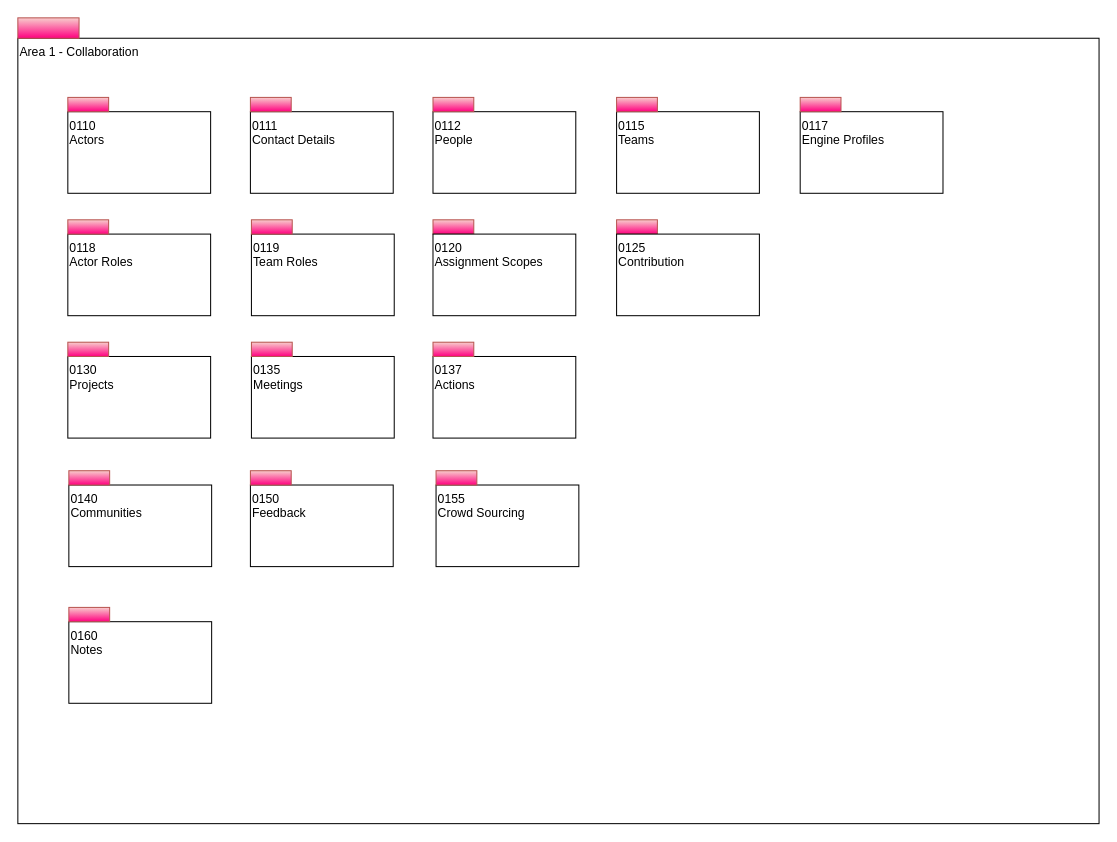
This is page "Overview" (1 of 16) of site/docs/types/1/area-1-collaboration.drawio from odpi/egeria-docs, a draw.io file, before an edit. Source tidied: cells renumbered, new cells numbered last; positions are measured from the earlier drawing's top-left corner, leaving out a move shared by most shapes. Both pictures are drawn from the tidied source at 102%, with x=0, y=0 at pixel (17, 17).
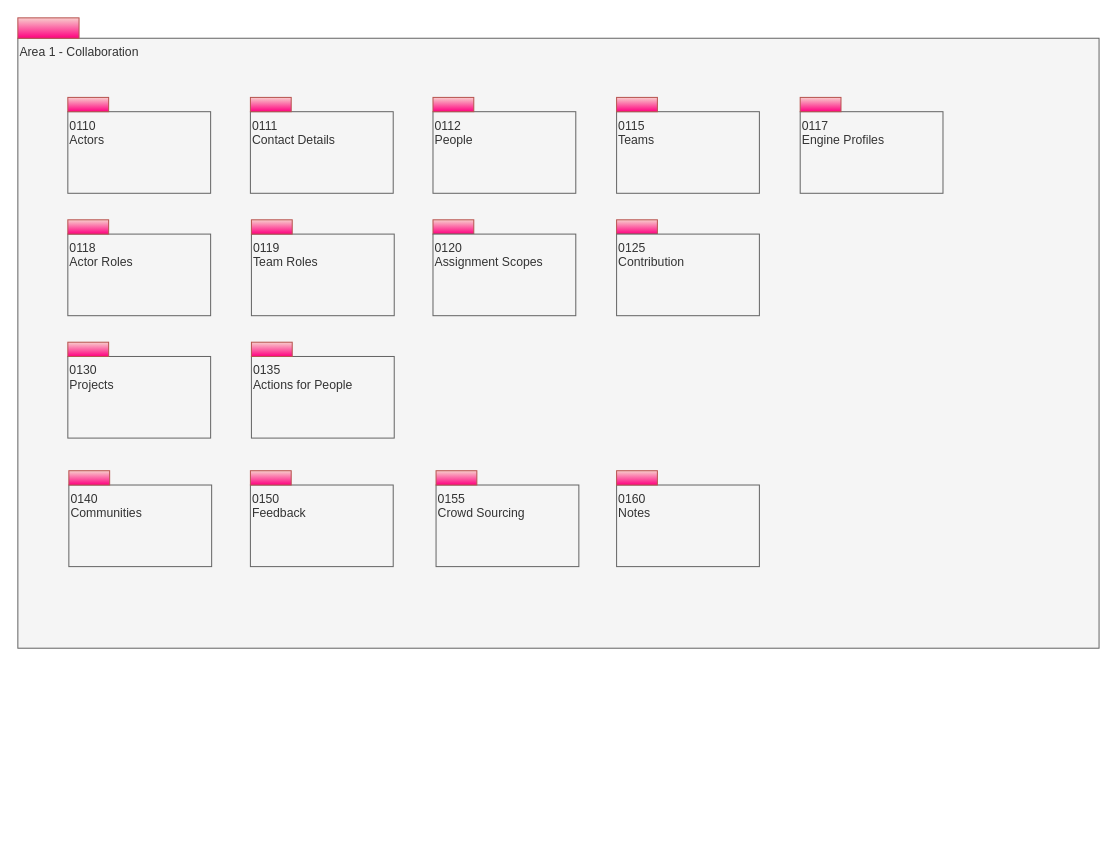
The same page after the edit.

Diff of the diagram source:
```diff
@@
-    <mxCell id="2" value="Area 1 - Collaboration" style="rounded=0;whiteSpace=wrap;html=1;align=left;verticalAlign=top;" parent="1" vertex="1">
-      <mxGeometry y="20" width="1060" height="770" as="geometry" />
+    <mxCell id="2" value="Area 1 - Collaboration" style="rounded=0;whiteSpace=wrap;html=1;align=left;verticalAlign=top;fillColor=#f5f5f5;fontColor=#333333;strokeColor=#666666;" parent="1" vertex="1">
+      <mxGeometry y="20" width="1060" height="598" as="geometry" />
     </mxCell>
@@
-    <mxCell id="4" value="0130&lt;br&gt;Projects&lt;br&gt;" style="rounded=0;whiteSpace=wrap;html=1;align=left;verticalAlign=top;" parent="1" vertex="1">
+    <mxCell id="4" value="0130&lt;br&gt;Projects&lt;br&gt;" style="rounded=0;whiteSpace=wrap;html=1;align=left;verticalAlign=top;fillColor=#f5f5f5;fontColor=#333333;strokeColor=#666666;" parent="1" vertex="1">
       <mxGeometry x="49" y="332" width="140" height="80" as="geometry" />
     </mxCell>
@@
-    <mxCell id="6" value="0135&lt;br&gt;Meetings&lt;br&gt;" style="rounded=0;whiteSpace=wrap;html=1;align=left;verticalAlign=top;" parent="1" vertex="1">
+    <mxCell id="6" value="0135&lt;br&gt;Actions for People" style="rounded=0;whiteSpace=wrap;html=1;align=left;verticalAlign=top;fillColor=#f5f5f5;fontColor=#333333;strokeColor=#666666;" parent="1" vertex="1">
       <mxGeometry x="229" y="332" width="140" height="80" as="geometry" />
     </mxCell>
@@
-    <mxCell id="8" value="0140&lt;br&gt;Communities&lt;br&gt;" style="rounded=0;whiteSpace=wrap;html=1;align=left;verticalAlign=top;" parent="1" vertex="1">
+    <mxCell id="8" value="0140&lt;br&gt;Communities&lt;br&gt;" style="rounded=0;whiteSpace=wrap;html=1;align=left;verticalAlign=top;fillColor=#f5f5f5;fontColor=#333333;strokeColor=#666666;" parent="1" vertex="1">
       <mxGeometry x="50" y="458" width="140" height="80" as="geometry" />
     </mxCell>
@@
-    <mxCell id="10" value="0150&lt;br&gt;Feedback&lt;br&gt;" style="rounded=0;whiteSpace=wrap;html=1;align=left;verticalAlign=top;" parent="1" vertex="1">
+    <mxCell id="10" value="0150&lt;br&gt;Feedback&lt;br&gt;" style="rounded=0;whiteSpace=wrap;html=1;align=left;verticalAlign=top;fillColor=#f5f5f5;fontColor=#333333;strokeColor=#666666;" parent="1" vertex="1">
       <mxGeometry x="228" y="458" width="140" height="80" as="geometry" />
     </mxCell>
@@
-    <mxCell id="12" value="0160&lt;br&gt;Notes&lt;br&gt;" style="rounded=0;whiteSpace=wrap;html=1;align=left;verticalAlign=top;" parent="1" vertex="1">
-      <mxGeometry x="50" y="592" width="140" height="80" as="geometry" />
+    <mxCell id="12" value="0160&lt;br&gt;Notes&lt;br&gt;" style="rounded=0;whiteSpace=wrap;html=1;align=left;verticalAlign=top;fillColor=#f5f5f5;fontColor=#333333;strokeColor=#666666;" parent="1" vertex="1">
+      <mxGeometry x="587" y="458" width="140" height="80" as="geometry" />
     </mxCell>
     <mxCell id="13" style="html=1;strokeColor=#b85450;align=center;fillColor=#f8cecc;gradientColor=#FF0080;" parent="1" vertex="1">
-      <mxGeometry x="50" y="578" width="40" height="14" as="geometry" />
+      <mxGeometry x="587" y="444" width="40" height="14" as="geometry" />
     </mxCell>
-    <mxCell id="14" value="0110&lt;br&gt;Actors&lt;br&gt;" style="rounded=0;whiteSpace=wrap;html=1;align=left;verticalAlign=top;" parent="1" vertex="1">
+    <mxCell id="14" value="0110&lt;br&gt;Actors&lt;br&gt;" style="rounded=0;whiteSpace=wrap;html=1;align=left;verticalAlign=top;fillColor=#f5f5f5;fontColor=#333333;strokeColor=#666666;" parent="1" vertex="1">
       <mxGeometry x="49" y="92" width="140" height="80" as="geometry" />
     </mxCell>
@@
-    <mxCell id="16" value="0112&lt;br&gt;People&lt;br&gt;" style="rounded=0;whiteSpace=wrap;html=1;align=left;verticalAlign=top;" parent="1" vertex="1">
+    <mxCell id="16" value="0112&lt;br&gt;People&lt;br&gt;" style="rounded=0;whiteSpace=wrap;html=1;align=left;verticalAlign=top;fillColor=#f5f5f5;fontColor=#333333;strokeColor=#666666;" parent="1" vertex="1">
       <mxGeometry x="407" y="92" width="140" height="80" as="geometry" />
     </mxCell>
@@
-    <mxCell id="18" value="0115&lt;br&gt;Teams&lt;br&gt;" style="rounded=0;whiteSpace=wrap;html=1;align=left;verticalAlign=top;" parent="1" vertex="1">
+    <mxCell id="18" value="0115&lt;br&gt;Teams&lt;br&gt;" style="rounded=0;whiteSpace=wrap;html=1;align=left;verticalAlign=top;fillColor=#f5f5f5;fontColor=#333333;strokeColor=#666666;" parent="1" vertex="1">
       <mxGeometry x="587" y="92" width="140" height="80" as="geometry" />
     </mxCell>
@@
-    <mxCell id="20" value="0155&lt;br&gt;Crowd Sourcing&lt;br&gt;" style="rounded=0;whiteSpace=wrap;html=1;align=left;verticalAlign=top;" parent="1" vertex="1">
+    <mxCell id="20" value="0155&lt;br&gt;Crowd Sourcing&lt;br&gt;" style="rounded=0;whiteSpace=wrap;html=1;align=left;verticalAlign=top;fillColor=#f5f5f5;fontColor=#333333;strokeColor=#666666;" parent="1" vertex="1">
       <mxGeometry x="410" y="458" width="140" height="80" as="geometry" />
     </mxCell>
@@
-    <mxCell id="22" value="0137&lt;br&gt;Actions&lt;br&gt;" style="rounded=0;whiteSpace=wrap;html=1;align=left;verticalAlign=top;" parent="1" vertex="1">
-      <mxGeometry x="407" y="332" width="140" height="80" as="geometry" />
-    </mxCell>
-    <mxCell id="23" style="html=1;strokeColor=#b85450;align=center;fillColor=#f8cecc;gradientColor=#FF0080;" parent="1" vertex="1">
-      <mxGeometry x="407" y="318" width="40" height="14" as="geometry" />
-    </mxCell>
-    <mxCell id="24" value="0117&lt;br&gt;Engine Profiles&lt;br&gt;" style="rounded=0;whiteSpace=wrap;html=1;align=left;verticalAlign=top;" parent="1" vertex="1">
+    <mxCell id="24" value="0117&lt;br&gt;Engine Profiles&lt;br&gt;" style="rounded=0;whiteSpace=wrap;html=1;align=left;verticalAlign=top;fillColor=#f5f5f5;fontColor=#333333;strokeColor=#666666;" parent="1" vertex="1">
       <mxGeometry x="767" y="92" width="140" height="80" as="geometry" />
     </mxCell>
@@
-    <mxCell id="26" value="0118&lt;br&gt;Actor Roles" style="rounded=0;whiteSpace=wrap;html=1;align=left;verticalAlign=top;" parent="1" vertex="1">
+    <mxCell id="26" value="0118&lt;br&gt;Actor Roles" style="rounded=0;whiteSpace=wrap;html=1;align=left;verticalAlign=top;fillColor=#f5f5f5;fontColor=#333333;strokeColor=#666666;" parent="1" vertex="1">
       <mxGeometry x="49" y="212" width="140" height="80" as="geometry" />
     </mxCell>
@@
-    <mxCell id="28" value="0119&lt;br&gt;Team Roles" style="rounded=0;whiteSpace=wrap;html=1;align=left;verticalAlign=top;" parent="1" vertex="1">
+    <mxCell id="28" value="0119&lt;br&gt;Team Roles" style="rounded=0;whiteSpace=wrap;html=1;align=left;verticalAlign=top;fillColor=#f5f5f5;fontColor=#333333;strokeColor=#666666;" parent="1" vertex="1">
       <mxGeometry x="229" y="212" width="140" height="80" as="geometry" />
     </mxCell>
@@
-    <mxCell id="30" value="0120&lt;br&gt;Assignment Scopes" style="rounded=0;whiteSpace=wrap;html=1;align=left;verticalAlign=top;" parent="1" vertex="1">
+    <mxCell id="30" value="0120&lt;br&gt;Assignment Scopes" style="rounded=0;whiteSpace=wrap;html=1;align=left;verticalAlign=top;fillColor=#f5f5f5;fontColor=#333333;strokeColor=#666666;" parent="1" vertex="1">
       <mxGeometry x="407" y="212" width="140" height="80" as="geometry" />
     </mxCell>
@@
-    <mxCell id="33" value="0125&lt;br&gt;Contribution" style="rounded=0;whiteSpace=wrap;html=1;align=left;verticalAlign=top;" parent="1" vertex="1">
+    <mxCell id="33" value="0125&lt;br&gt;Contribution" style="rounded=0;whiteSpace=wrap;html=1;align=left;verticalAlign=top;fillColor=#f5f5f5;fontColor=#333333;strokeColor=#666666;" parent="1" vertex="1">
       <mxGeometry x="587" y="212" width="140" height="80" as="geometry" />
     </mxCell>
-    <mxCell id="34" value="0111&lt;br&gt;Contact Details" style="rounded=0;whiteSpace=wrap;html=1;align=left;verticalAlign=top;" parent="1" vertex="1">
+    <mxCell id="34" value="0111&lt;br&gt;Contact Details" style="rounded=0;whiteSpace=wrap;html=1;align=left;verticalAlign=top;fillColor=#f5f5f5;fontColor=#333333;strokeColor=#666666;" parent="1" vertex="1">
       <mxGeometry x="228" y="92" width="140" height="80" as="geometry" />
     </mxCell>
```
